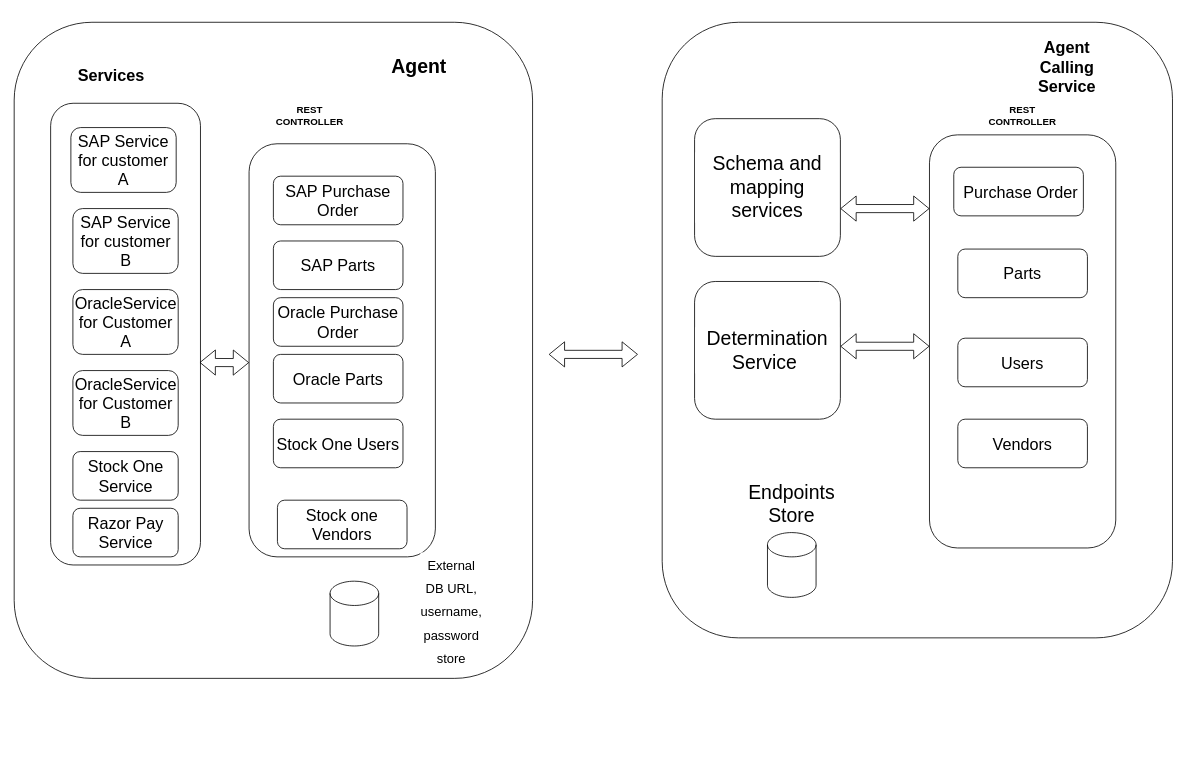
Above: Untitled Diagram.drawio in balajimurugesan2022/balajimurugesan2022 (draw.io), before the change. Source tidied: cells renumbered, new cells numbered last; positions are measured from the earlier drawing's top-left corner, leaving out a move shared by most shapes. Both pictures are drawn from the tidied source at 81%, with x=0, y=0 at pixel (14, 22).
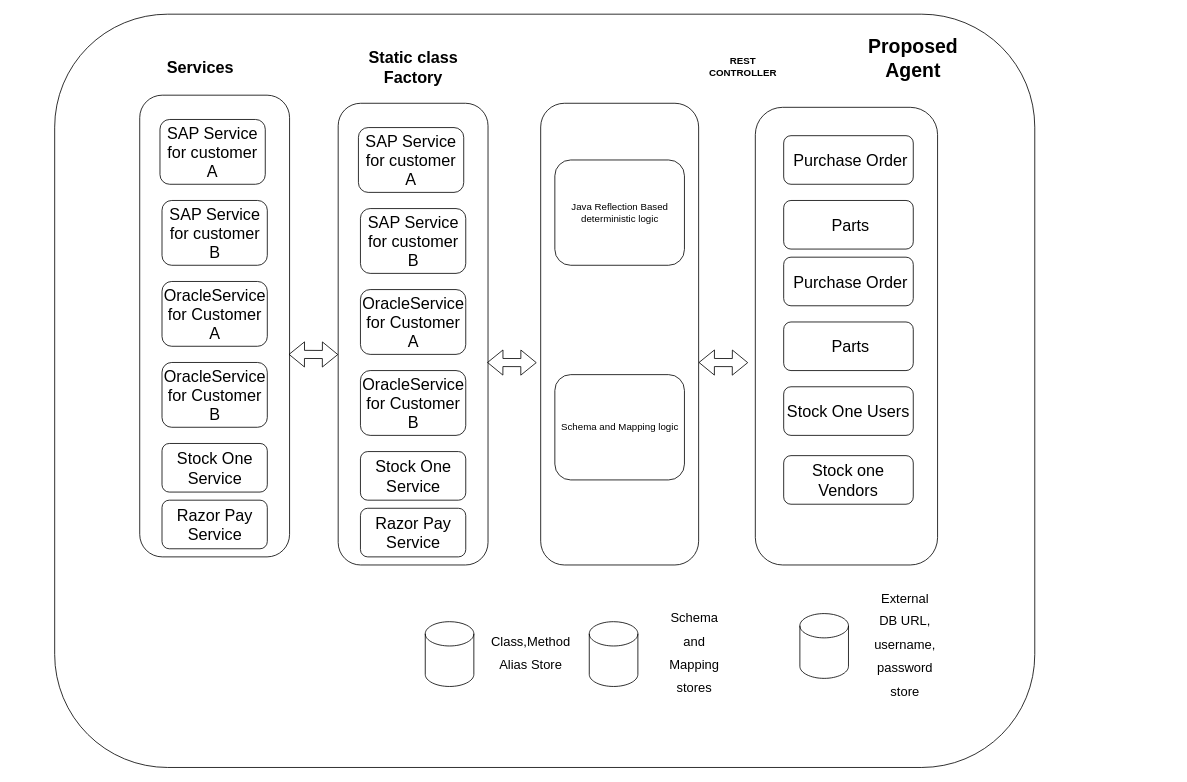
The same page after the edit.

Commit message:
Proposed Agent

The edit, as a diff of the source:
```diff
@@
-    <mxCell id="2" style="rounded=1;whiteSpace=wrap;html=1;labelBackgroundColor=#ffffff;fontSize=24;" parent="1" vertex="1">
-      <mxGeometry x="800" width="630" height="760" as="geometry" />
-    </mxCell>
-    <mxCell id="3" style="rounded=1;whiteSpace=wrap;html=1;labelBackgroundColor=#ffffff;fontSize=24;" parent="1" vertex="1">
-      <mxGeometry width="640" height="810" as="geometry" />
-    </mxCell>
+    <mxCell id="40" style="rounded=1;whiteSpace=wrap;html=1;" parent="1" vertex="1">
+      <mxGeometry x="50" y="-10" width="1210" height="930" as="geometry" />
+    </mxCell>
+    <mxCell id="41" style="rounded=1;whiteSpace=wrap;html=1;" parent="1" vertex="1">
+      <mxGeometry x="650" y="100" width="195" height="570" as="geometry" />
+    </mxCell>
     <mxCell id="4" style="rounded=1;whiteSpace=wrap;html=1;" parent="1" vertex="1">
-      <mxGeometry x="290" y="150" width="230" height="510" as="geometry" />
+      <mxGeometry x="915" y="105" width="225" height="565" as="geometry" />
     </mxCell>
     <mxCell id="5" value="&lt;b&gt;REST CONTROLLER&lt;/b&gt;" style="text;html=1;strokeColor=none;fillColor=none;align=center;verticalAlign=middle;whiteSpace=wrap;rounded=0;" parent="1" vertex="1">
-      <mxGeometry x="310" y="100" width="110" height="30" as="geometry" />
+      <mxGeometry x="845" y="40" width="110" height="30" as="geometry" />
     </mxCell>
-    <mxCell id="6" value="SAP Purchase Order" style="rounded=1;whiteSpace=wrap;html=1;fontSize=20;" parent="1" vertex="1">
-      <mxGeometry x="320" y="190" width="160" height="60" as="geometry" />
+    <mxCell id="6" value="&amp;nbsp;Purchase Order" style="rounded=1;whiteSpace=wrap;html=1;fontSize=20;" parent="1" vertex="1">
+      <mxGeometry x="950" y="140" width="160" height="60" as="geometry" />
     </mxCell>
-    <mxCell id="7" value="SAP Parts" style="rounded=1;whiteSpace=wrap;html=1;fontSize=20;" parent="1" vertex="1">
-      <mxGeometry x="320" y="270" width="160" height="60" as="geometry" />
+    <mxCell id="7" value="&amp;nbsp;Parts" style="rounded=1;whiteSpace=wrap;html=1;fontSize=20;" parent="1" vertex="1">
+      <mxGeometry x="950" y="220" width="160" height="60" as="geometry" />
     </mxCell>
     <mxCell id="8" value="Stock one Vendors" style="rounded=1;whiteSpace=wrap;html=1;fontSize=20;" parent="1" vertex="1">
-      <mxGeometry x="325" y="590" width="160" height="60" as="geometry" />
+      <mxGeometry x="950" y="535" width="160" height="60" as="geometry" />
     </mxCell>
     <mxCell id="9" value="Stock One Users" style="rounded=1;whiteSpace=wrap;html=1;fontSize=20;" parent="1" vertex="1">
-      <mxGeometry x="320" y="490" width="160" height="60" as="geometry" />
+      <mxGeometry x="950" y="450" width="160" height="60" as="geometry" />
     </mxCell>
     <mxCell id="10" style="rounded=1;whiteSpace=wrap;html=1;fontSize=20;" parent="1" vertex="1">
-      <mxGeometry x="45" y="100" width="185" height="570" as="geometry" />
+      <mxGeometry x="155" y="90" width="185" height="570" as="geometry" />
     </mxCell>
     <mxCell id="11" value="&lt;b&gt;Services&lt;/b&gt;" style="text;html=1;strokeColor=none;fillColor=none;align=center;verticalAlign=middle;whiteSpace=wrap;rounded=0;fontSize=20;" parent="1" vertex="1">
-      <mxGeometry x="90" y="50" width="60" height="30" as="geometry" />
+      <mxGeometry x="200" y="40" width="60" height="30" as="geometry" />
     </mxCell>
     <mxCell id="12" value="SAP Service for customer A" style="rounded=1;whiteSpace=wrap;html=1;fontSize=20;" parent="1" vertex="1">
-      <mxGeometry x="70" y="130" width="130" height="80" as="geometry" />
+      <mxGeometry x="180" y="120" width="130" height="80" as="geometry" />
     </mxCell>
     <mxCell id="13" value="OracleService for Customer A" style="rounded=1;whiteSpace=wrap;html=1;fontSize=20;" parent="1" vertex="1">
-      <mxGeometry x="72.5" y="330" width="130" height="80" as="geometry" />
+      <mxGeometry x="182.5" y="320" width="130" height="80" as="geometry" />
     </mxCell>
     <mxCell id="14" value="Stock One Service" style="rounded=1;whiteSpace=wrap;html=1;fontSize=20;" parent="1" vertex="1">
-      <mxGeometry x="72.5" y="530" width="130" height="60" as="geometry" />
+      <mxGeometry x="182.5" y="520" width="130" height="60" as="geometry" />
     </mxCell>
     <mxCell id="15" value="Razor Pay&lt;br&gt;Service" style="rounded=1;whiteSpace=wrap;html=1;fontSize=20;" parent="1" vertex="1">
-      <mxGeometry x="72.5" y="600" width="130" height="60" as="geometry" />
+      <mxGeometry x="182.5" y="590" width="130" height="60" as="geometry" />
     </mxCell>
     <mxCell id="16" value="SAP Service for customer B" style="rounded=1;whiteSpace=wrap;html=1;fontSize=20;" parent="1" vertex="1">
-      <mxGeometry x="72.5" y="230" width="130" height="80" as="geometry" />
+      <mxGeometry x="182.5" y="220" width="130" height="80" as="geometry" />
     </mxCell>
     <mxCell id="17" value="OracleService for Customer B" style="rounded=1;whiteSpace=wrap;html=1;fontSize=20;" parent="1" vertex="1">
-      <mxGeometry x="72.5" y="430" width="130" height="80" as="geometry" />
+      <mxGeometry x="182.5" y="420" width="130" height="80" as="geometry" />
     </mxCell>
@@
     <mxCell id="19" style="shape=flexArrow;endArrow=classic;startArrow=classic;html=1;rounded=0;fontSize=20;entryX=0.005;entryY=0.589;entryDx=0;entryDy=0;entryPerimeter=0;" parent="1" edge="1">
       <mxGeometry relative="1" as="geometry">
-        <mxPoint x="228.9" y="420" as="sourcePoint" />
-        <mxPoint x="290" y="420.2" as="targetPoint" />
+        <mxPoint x="338.9" y="410" as="sourcePoint" />
+        <mxPoint x="400" y="410.2" as="targetPoint" />
       </mxGeometry>
     </mxCell>
-    <mxCell id="20" value="&lt;b&gt;&lt;font style=&quot;font-size: 20px;&quot;&gt;Agent Calling Service&lt;/font&gt;&lt;/b&gt;" style="text;html=1;strokeColor=none;fillColor=none;align=center;verticalAlign=middle;whiteSpace=wrap;rounded=0;" parent="1" vertex="1">
-      <mxGeometry x="1270" y="40" width="60" height="30" as="geometry" />
-    </mxCell>
-    <mxCell id="21" value="Oracle Purchase Order" style="rounded=1;whiteSpace=wrap;html=1;fontSize=20;" parent="1" vertex="1">
-      <mxGeometry x="320" y="340" width="160" height="60" as="geometry" />
+    <mxCell id="21" value="&amp;nbsp;Purchase Order" style="rounded=1;whiteSpace=wrap;html=1;fontSize=20;" parent="1" vertex="1">
+      <mxGeometry x="950" y="290" width="160" height="60" as="geometry" />
     </mxCell>
-    <mxCell id="22" value="Oracle Parts" style="rounded=1;whiteSpace=wrap;html=1;fontSize=20;" parent="1" vertex="1">
-      <mxGeometry x="320" y="410" width="160" height="60" as="geometry" />
+    <mxCell id="22" value="&amp;nbsp;Parts" style="rounded=1;whiteSpace=wrap;html=1;fontSize=20;" parent="1" vertex="1">
+      <mxGeometry x="950" y="370" width="160" height="60" as="geometry" />
     </mxCell>
-    <mxCell id="23" style="rounded=1;whiteSpace=wrap;html=1;" parent="1" vertex="1">
-      <mxGeometry x="1130" y="139" width="230" height="510" as="geometry" />
-    </mxCell>
-    <mxCell id="24" value="&lt;b&gt;REST CONTROLLER&lt;/b&gt;" style="text;html=1;strokeColor=none;fillColor=none;align=center;verticalAlign=middle;whiteSpace=wrap;rounded=0;" parent="1" vertex="1">
-      <mxGeometry x="1190" y="100" width="110" height="30" as="geometry" />
-    </mxCell>
-    <mxCell id="25" value="&amp;nbsp;Purchase Order" style="rounded=1;whiteSpace=wrap;html=1;fontSize=20;" parent="1" vertex="1">
-      <mxGeometry x="1160" y="179" width="160" height="60" as="geometry" />
-    </mxCell>
-    <mxCell id="26" value="Parts" style="rounded=1;whiteSpace=wrap;html=1;fontSize=20;" parent="1" vertex="1">
-      <mxGeometry x="1165" y="280" width="160" height="60" as="geometry" />
-    </mxCell>
-    <mxCell id="27" value="Vendors" style="rounded=1;whiteSpace=wrap;html=1;fontSize=20;" parent="1" vertex="1">
-      <mxGeometry x="1165" y="490" width="160" height="60" as="geometry" />
-    </mxCell>
-    <mxCell id="28" value="Users" style="rounded=1;whiteSpace=wrap;html=1;fontSize=20;" parent="1" vertex="1">
-      <mxGeometry x="1165" y="390" width="160" height="60" as="geometry" />
-    </mxCell>
-    <mxCell id="29" style="edgeStyle=orthogonalEdgeStyle;rounded=0;orthogonalLoop=1;jettySize=auto;html=1;exitX=0.5;exitY=1;exitDx=0;exitDy=0;fontSize=20;" parent="1" edge="1" source="23" target="23">
-      <mxGeometry relative="1" as="geometry" />
-    </mxCell>
-    <mxCell id="30" value="&lt;b&gt;Agent&lt;/b&gt;" style="text;html=1;strokeColor=none;fillColor=none;align=center;verticalAlign=middle;whiteSpace=wrap;rounded=0;labelBackgroundColor=#ffffff;fontSize=24;" parent="1" vertex="1">
-      <mxGeometry x="470" y="40" width="60" height="30" as="geometry" />
+    <mxCell id="30" value="&lt;b&gt;Proposed Agent&lt;/b&gt;" style="text;html=1;strokeColor=none;fillColor=none;align=center;verticalAlign=middle;whiteSpace=wrap;rounded=0;labelBackgroundColor=#ffffff;fontSize=24;" parent="1" vertex="1">
+      <mxGeometry x="1080" y="30" width="60" height="30" as="geometry" />
     </mxCell>
-    <mxCell id="31" value="Determination Service&amp;nbsp;" style="rounded=1;whiteSpace=wrap;html=1;labelBackgroundColor=#ffffff;fontSize=24;" parent="1" vertex="1">
-      <mxGeometry x="840" y="320" width="180" height="170" as="geometry" />
-    </mxCell>
-    <mxCell id="32" style="shape=cylinder3;whiteSpace=wrap;html=1;boundedLbl=1;backgroundOutline=1;size=15;labelBackgroundColor=#ffffff;fontSize=24;" parent="1" vertex="1">
-      <mxGeometry x="930" y="630" width="60" height="80" as="geometry" />
-    </mxCell>
-    <mxCell id="33" value="Endpoints Store" style="text;html=1;strokeColor=none;fillColor=none;align=center;verticalAlign=middle;whiteSpace=wrap;rounded=0;labelBackgroundColor=#ffffff;fontSize=24;" parent="1" vertex="1">
-      <mxGeometry x="930" y="580" width="60" height="30" as="geometry" />
-    </mxCell>
-    <mxCell id="34" style="shape=flexArrow;endArrow=classic;startArrow=classic;html=1;rounded=0;fontSize=24;" parent="1" edge="1">
-      <mxGeometry relative="1" as="geometry">
-        <mxPoint x="1020" y="400" as="sourcePoint" />
-        <mxPoint x="1130" y="400" as="targetPoint" />
-      </mxGeometry>
-    </mxCell>
     <mxCell id="35" style="shape=cylinder3;whiteSpace=wrap;html=1;boundedLbl=1;backgroundOutline=1;size=15;labelBackgroundColor=#ffffff;fontSize=24;" parent="1" vertex="1">
-      <mxGeometry x="390" y="690" width="60" height="80" as="geometry" />
+      <mxGeometry x="970" y="730" width="60" height="80" as="geometry" />
     </mxCell>
     <mxCell id="36" value="&lt;font style=&quot;font-size: 16px;&quot;&gt;External DB URL, username, password store&lt;/font&gt;" style="text;html=1;strokeColor=none;fillColor=none;align=center;verticalAlign=middle;whiteSpace=wrap;rounded=0;labelBackgroundColor=#ffffff;fontSize=24;" parent="1" vertex="1">
-      <mxGeometry x="510" y="710" width="60" height="31" as="geometry" />
+      <mxGeometry x="1070" y="750" width="60" height="31" as="geometry" />
     </mxCell>
-    <mxCell id="37" style="shape=flexArrow;endArrow=classic;startArrow=classic;html=1;rounded=0;fontSize=24;" parent="1" edge="1">
-      <mxGeometry relative="1" as="geometry">
-        <mxPoint x="660" y="410" as="sourcePoint" />
-        <mxPoint x="770" y="410" as="targetPoint" />
-      </mxGeometry>
-    </mxCell>
-    <mxCell id="38" value="Schema and mapping services" style="rounded=1;whiteSpace=wrap;html=1;labelBackgroundColor=#ffffff;fontSize=24;" parent="1" vertex="1">
-      <mxGeometry x="840" y="119" width="180" height="170" as="geometry" />
-    </mxCell>
-    <mxCell id="39" style="shape=flexArrow;endArrow=classic;startArrow=classic;html=1;rounded=0;fontSize=24;" parent="1" edge="1">
-      <mxGeometry relative="1" as="geometry">
-        <mxPoint x="1020" y="230" as="sourcePoint" />
-        <mxPoint x="1130" y="230" as="targetPoint" />
-      </mxGeometry>
-    </mxCell>
+    <mxCell id="42" style="rounded=1;whiteSpace=wrap;html=1;fontSize=20;" parent="1" vertex="1">
+      <mxGeometry x="400" y="100" width="185" height="570" as="geometry" />
+    </mxCell>
+    <mxCell id="43" value="SAP Service for customer A" style="rounded=1;whiteSpace=wrap;html=1;fontSize=20;" parent="1" vertex="1">
+      <mxGeometry x="425" y="130" width="130" height="80" as="geometry" />
+    </mxCell>
+    <mxCell id="44" value="OracleService for Customer A" style="rounded=1;whiteSpace=wrap;html=1;fontSize=20;" parent="1" vertex="1">
+      <mxGeometry x="427.5" y="330" width="130" height="80" as="geometry" />
+    </mxCell>
+    <mxCell id="45" value="Stock One Service" style="rounded=1;whiteSpace=wrap;html=1;fontSize=20;" parent="1" vertex="1">
+      <mxGeometry x="427.5" y="530" width="130" height="60" as="geometry" />
+    </mxCell>
+    <mxCell id="46" value="Razor Pay&lt;br&gt;Service" style="rounded=1;whiteSpace=wrap;html=1;fontSize=20;" parent="1" vertex="1">
+      <mxGeometry x="427.5" y="600" width="130" height="60" as="geometry" />
+    </mxCell>
+    <mxCell id="47" value="SAP Service for customer B" style="rounded=1;whiteSpace=wrap;html=1;fontSize=20;" parent="1" vertex="1">
+      <mxGeometry x="427.5" y="230" width="130" height="80" as="geometry" />
+    </mxCell>
+    <mxCell id="48" value="OracleService for Customer B" style="rounded=1;whiteSpace=wrap;html=1;fontSize=20;" parent="1" vertex="1">
+      <mxGeometry x="427.5" y="430" width="130" height="80" as="geometry" />
+    </mxCell>
+    <mxCell id="49" style="shape=flexArrow;endArrow=classic;startArrow=classic;html=1;rounded=0;fontSize=20;entryX=0.005;entryY=0.589;entryDx=0;entryDy=0;entryPerimeter=0;" parent="1" edge="1">
+      <mxGeometry relative="1" as="geometry">
+        <mxPoint x="583.9" y="420" as="sourcePoint" />
+        <mxPoint x="645" y="420.2" as="targetPoint" />
+      </mxGeometry>
+    </mxCell>
+    <mxCell id="50" value="&lt;b&gt;Static class Factory&lt;/b&gt;" style="text;html=1;strokeColor=none;fillColor=none;align=center;verticalAlign=middle;whiteSpace=wrap;rounded=0;fontSize=20;" parent="1" vertex="1">
+      <mxGeometry x="412.5" y="40" width="160" height="30" as="geometry" />
+    </mxCell>
+    <mxCell id="51" value="Java Reflection Based deterministic logic" style="rounded=1;whiteSpace=wrap;html=1;" parent="1" vertex="1">
+      <mxGeometry x="667.5" y="170" width="160" height="130" as="geometry" />
+    </mxCell>
+    <mxCell id="52" value="Schema and Mapping logic" style="rounded=1;whiteSpace=wrap;html=1;" parent="1" vertex="1">
+      <mxGeometry x="667.5" y="435" width="160" height="130" as="geometry" />
+    </mxCell>
+    <mxCell id="53" style="shape=flexArrow;endArrow=classic;startArrow=classic;html=1;rounded=0;fontSize=20;entryX=0.005;entryY=0.589;entryDx=0;entryDy=0;entryPerimeter=0;" parent="1" edge="1">
+      <mxGeometry relative="1" as="geometry">
+        <mxPoint x="845" y="420" as="sourcePoint" />
+        <mxPoint x="906.1" y="420.2" as="targetPoint" />
+      </mxGeometry>
+    </mxCell>
+    <mxCell id="54" style="shape=cylinder3;whiteSpace=wrap;html=1;boundedLbl=1;backgroundOutline=1;size=15;labelBackgroundColor=#ffffff;fontSize=24;" parent="1" vertex="1">
+      <mxGeometry x="710" y="740" width="60" height="80" as="geometry" />
+    </mxCell>
+    <mxCell id="55" value="&lt;span style=&quot;font-size: 16px;&quot;&gt;Schema and Mapping stores&lt;/span&gt;" style="text;html=1;strokeColor=none;fillColor=none;align=center;verticalAlign=middle;whiteSpace=wrap;rounded=0;labelBackgroundColor=#ffffff;fontSize=24;" parent="1" vertex="1">
+      <mxGeometry x="810" y="760" width="60" height="31" as="geometry" />
+    </mxCell>
+    <mxCell id="56" style="shape=cylinder3;whiteSpace=wrap;html=1;boundedLbl=1;backgroundOutline=1;size=15;labelBackgroundColor=#ffffff;fontSize=24;" parent="1" vertex="1">
+      <mxGeometry x="507.5" y="740" width="60" height="80" as="geometry" />
+    </mxCell>
+    <mxCell id="57" value="&lt;span style=&quot;font-size: 16px;&quot;&gt;Class,Method Alias Store&lt;/span&gt;" style="text;html=1;strokeColor=none;fillColor=none;align=center;verticalAlign=middle;whiteSpace=wrap;rounded=0;labelBackgroundColor=#ffffff;fontSize=24;" parent="1" vertex="1">
+      <mxGeometry x="607.5" y="760" width="60" height="31" as="geometry" />
+    </mxCell>
```
